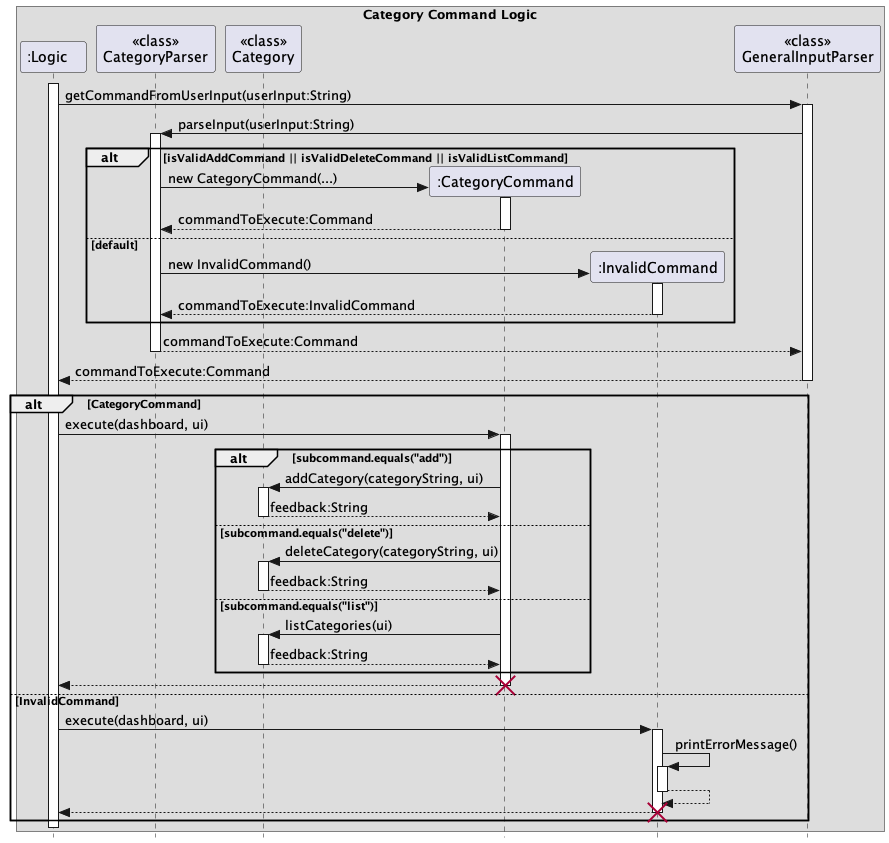
Earlier version of the PlantUML export docs/images/category_sequence.png (AY2324S2-CS2113-F14-1/tp). Source of this version:
```plantuml
@startuml
!include style.puml
skinparam Style strictuml
box Category Command Logic

participant ":Logic   " as logic
participant "<<class>>\nCategoryParser" as CategoryParser
participant "<<class>>\nCategory" as Category
participant ":CategoryCommand" as CategoryCommand
participant ":InvalidCommand" as InvalidCommand
participant "<<class>>\nGeneralInputParser" as generalinputparser
activate logic
logic -> generalinputparser : getCommandFromUserInput(userInput:String)
activate generalinputparser
generalinputparser -> CategoryParser : parseInput(userInput:String)
activate CategoryParser

alt isValidAddCommand || isValidDeleteCommand || isValidListCommand
    create CategoryCommand
    CategoryParser -> CategoryCommand : new CategoryCommand(...)
    activate CategoryCommand
    CategoryCommand -[dashed]-> CategoryParser: commandToExecute:Command
    deactivate CategoryCommand
else default
    create InvalidCommand
    CategoryParser -> InvalidCommand : new InvalidCommand()
    activate InvalidCommand
    InvalidCommand -[dashed]-> CategoryParser: commandToExecute:InvalidCommand
    deactivate InvalidCommand
end
CategoryParser -[dashed]-> generalinputparser : commandToExecute:Command
deactivate CategoryParser
generalinputparser -[dashed]-> logic : commandToExecute:Command
deactivate generalinputparser
alt CategoryCommand
    logic -> CategoryCommand : execute(dashboard, ui)
    activate CategoryCommand
    alt subcommand.equals("add")
        CategoryCommand -> Category : addCategory(categoryString, ui)
        activate Category
        Category -[dashed]-> CategoryCommand: feedback:String
        deactivate Category
    else subcommand.equals("delete")
        CategoryCommand -> Category : deleteCategory(categoryString, ui)
        activate Category
        Category -[dashed]-> CategoryCommand: feedback:String
        deactivate Category
    else subcommand.equals("list")
        CategoryCommand -> Category : listCategories(ui)
        activate Category
        Category -[dashed]-> CategoryCommand: feedback:String
        deactivate Category
    end
    CategoryCommand -[dashed]-> logic
    deactivate CategoryCommand
    destroy CategoryCommand
else InvalidCommand
    logic -> InvalidCommand : execute(dashboard, ui)
    activate InvalidCommand
    InvalidCommand -> InvalidCommand : printErrorMessage()
    activate InvalidCommand
    InvalidCommand -[dashed]-> InvalidCommand
    deactivate InvalidCommand
    InvalidCommand -[dashed]-> logic
    destroy InvalidCommand
end
deactivate logic


end box
@enduml
```
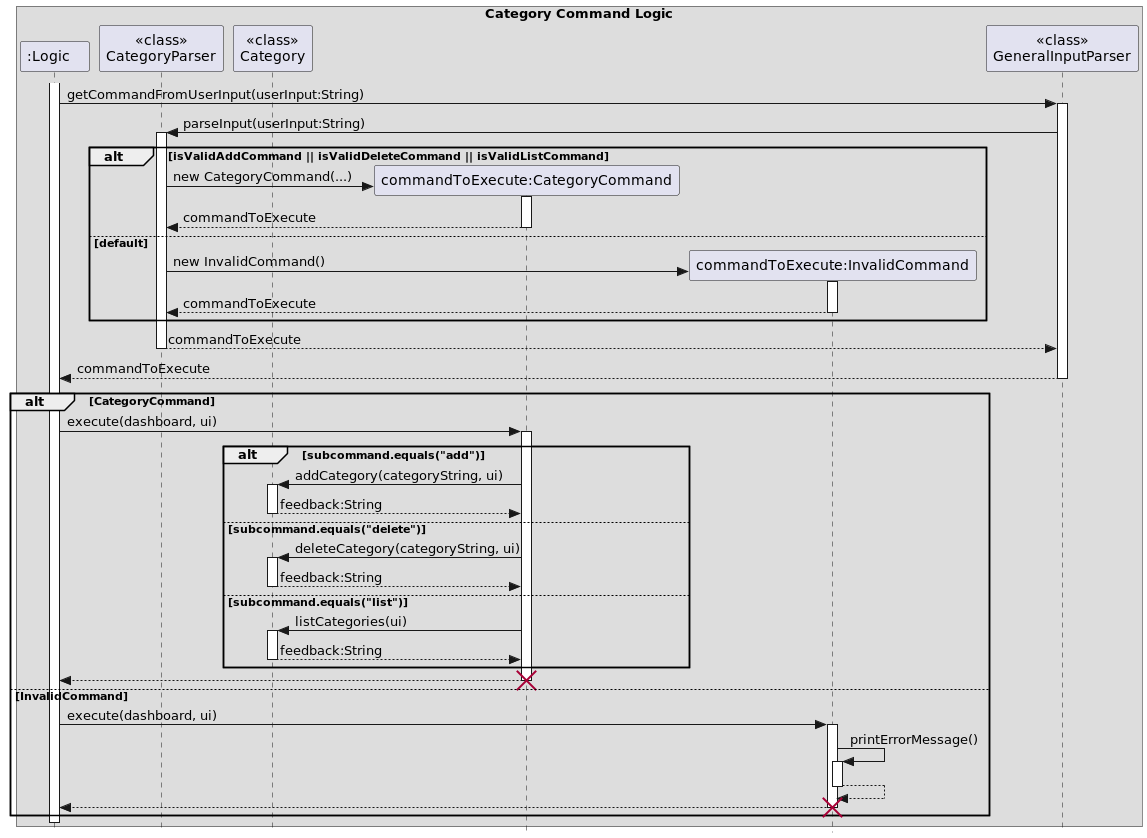
Above is the later version.

Commit message:
Edit Category UML diagrams

The edit, as a diff of the source:
```diff
@@ -6,8 +6,8 @@
 participant ":Logic   " as logic
 participant "<<class>>\nCategoryParser" as CategoryParser
 participant "<<class>>\nCategory" as Category
-participant ":CategoryCommand" as CategoryCommand
-participant ":InvalidCommand" as InvalidCommand
+participant "commandToExecute:CategoryCommand" as CategoryCommand
+participant "commandToExecute:InvalidCommand" as InvalidCommand
 participant "<<class>>\nGeneralInputParser" as generalinputparser
 activate logic
 logic -> generalinputparser : getCommandFromUserInput(userInput:String)
@@ -19,18 +19,18 @@
     create CategoryCommand
     CategoryParser -> CategoryCommand : new CategoryCommand(...)
     activate CategoryCommand
-    CategoryCommand -[dashed]-> CategoryParser: commandToExecute:Command
+    CategoryCommand -[dashed]-> CategoryParser: commandToExecute
     deactivate CategoryCommand
 else default
     create InvalidCommand
     CategoryParser -> InvalidCommand : new InvalidCommand()
     activate InvalidCommand
-    InvalidCommand -[dashed]-> CategoryParser: commandToExecute:InvalidCommand
+    InvalidCommand -[dashed]-> CategoryParser: commandToExecute
     deactivate InvalidCommand
 end
-CategoryParser -[dashed]-> generalinputparser : commandToExecute:Command
+CategoryParser -[dashed]-> generalinputparser : commandToExecute
 deactivate CategoryParser
-generalinputparser -[dashed]-> logic : commandToExecute:Command
+generalinputparser -[dashed]-> logic : commandToExecute
 deactivate generalinputparser
 alt CategoryCommand
     logic -> CategoryCommand : execute(dashboard, ui)
```
